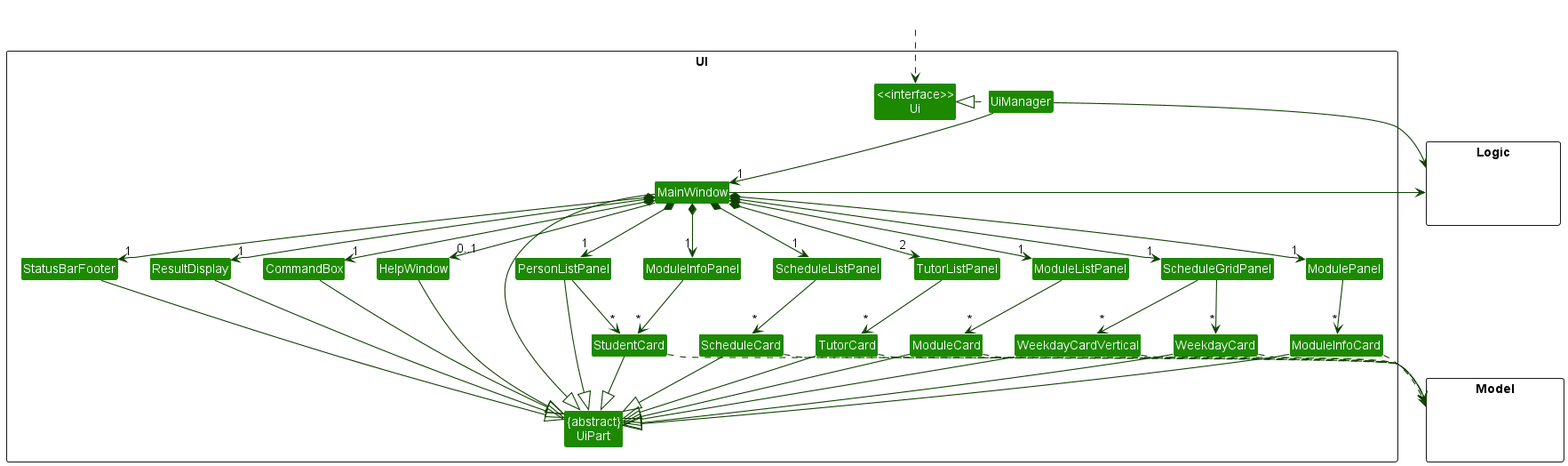
The PlantUML diagram docs/images/UiClassDiagram.png in nus-cs2103-AY2223S1/tp, before a commit.
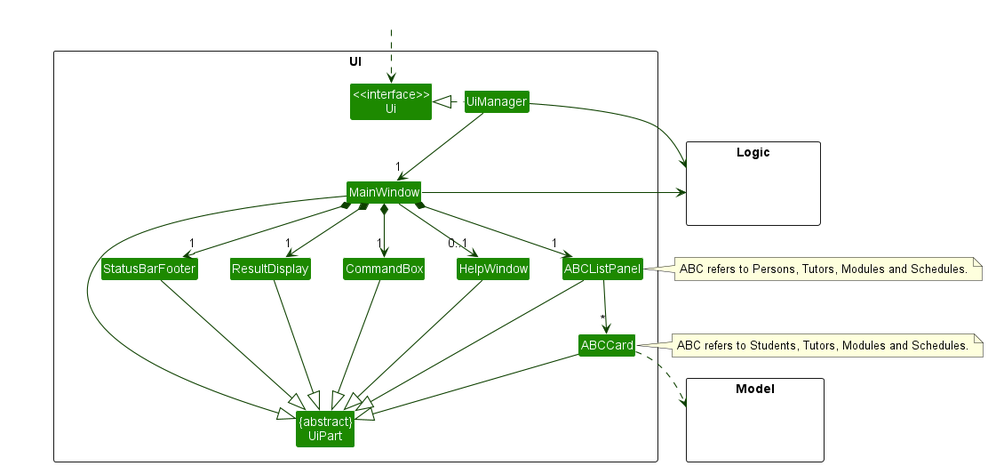
After the commit.

Change to the diagram source:
```diff
@@ -11,20 +11,8 @@
 Class MainWindow
 Class HelpWindow
 Class ResultDisplay
-Class PersonListPanel
-Class TutorListPanel
-Class ModuleListPanel
-Class ModuleInfoPanel
-Class ModulePanel
-Class ScheduleListPanel
-Class ScheduleGridPanel
-Class StudentCard
-Class TutorCard
-Class ModuleCard
-Class ModuleInfoCard
-Class ScheduleCard
-Class WeekdayCard
-Class WeekdayCardVertical
+Class ABCListPanel
+Class ABCCard
 Class StatusBarFooter
 Class CommandBox
 }
@@ -44,51 +32,29 @@
 UiManager -down-> "1" MainWindow
 MainWindow *-down->  "1" CommandBox
 MainWindow *-down-> "1" ResultDisplay
-MainWindow *-down-> "1" PersonListPanel
-MainWindow *-down-> "2" TutorListPanel
-MainWindow *-down-> "1" ModuleListPanel
-MainWindow *-down-> "1" ModuleInfoPanel
-MainWindow *-down-> "1" ModulePanel
-MainWindow *-down-> "1" ScheduleListPanel
-MainWindow *-down-> "1" ScheduleGridPanel
+MainWindow *-down-> "1" ABCListPanel
 MainWindow *-down-> "1" StatusBarFooter
 MainWindow --> "0..1" HelpWindow
 
-PersonListPanel -down-> "*" StudentCard
-TutorListPanel -down-> "*" TutorCard
-ModuleListPanel -down-> "*" ModuleCard
-ModuleInfoPanel -down-> "*" StudentCard
-ModulePanel -down-> "*" ModuleInfoCard
-ScheduleListPanel -down-> "*" ScheduleCard
-ScheduleGridPanel -down-> "*" WeekdayCard
-ScheduleGridPanel -down-> "*" WeekdayCardVertical
+ABCListPanel -down-> "*" ABCCard
 
 MainWindow -left-|> UiPart
 
 ResultDisplay --|> UiPart
 CommandBox --|> UiPart
-PersonListPanel --|> UiPart
-StudentCard --|> UiPart
-TutorCard --|> UiPart
-ModuleCard --|> UiPart
-ModuleInfoCard --|> UiPart
-ScheduleCard --|> UiPart
-WeekdayCard --|> UiPart
-WeekdayCardVertical --|> UiPart
+ABCListPanel --|> UiPart
+ABCCard --|> UiPart
 StatusBarFooter --|> UiPart
 HelpWindow --|> UiPart
 
-StudentCard ..> Model
-TutorCard ..> Model
-ModuleInfoCard ..> Model
-ModuleCard ..> Model
-ScheduleCard ..> Model
-WeekdayCard ..> Model
-WeekdayCardVertical ..> Model
+ABCCard ..> Model
 UiManager -right-> Logic
 MainWindow -left-> Logic
 
-PersonListPanel -[hidden]left- HelpWindow
+note right of ABCCard : ABC refers to Students, Tutors, Modules and Schedules.
+note right of ABCListPanel : ABC refers to Persons, Tutors, Modules and Schedules.
+
+ABCListPanel -[hidden]left- HelpWindow
 HelpWindow -[hidden]left- CommandBox
 CommandBox -[hidden]left- ResultDisplay
 ResultDisplay -[hidden]left- StatusBarFooter
```
